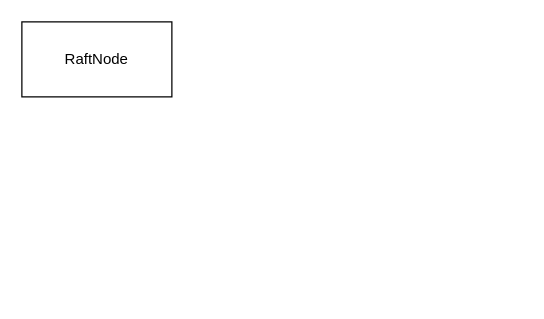
Earlier version of the draw.io diagram Untitled Diagram.drawio (LxkdGithub/draw.io). Source tidied: cells renumbered, new cells numbered last; positions are measured from the earlier drawing's top-left corner, leaving out a move shared by most shapes. Both pictures are drawn from the tidied source at 125%, with x=0, y=0 at pixel (21, 21).
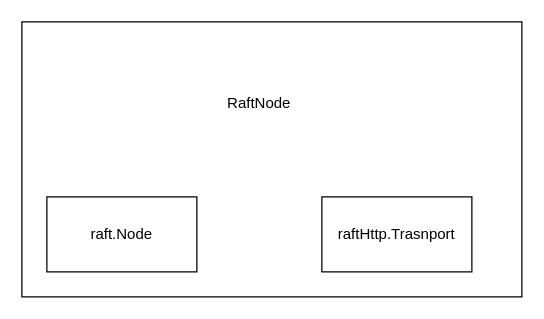
After the change.

Diff of the diagram source:
```diff
@@
 <mxGraphModel>
   <root>
     <mxCell id="0" />
     <mxCell id="1" parent="0" />
-    <mxCell id="2" value="RaftNode" style="rounded=0;whiteSpace=wrap;html=1;" parent="1" vertex="1">
-      <mxGeometry width="120" height="60" as="geometry" />
+    <mxCell id="2" value="&lt;div style=&quot;text-align: justify;&quot;&gt;&lt;br&gt;&lt;/div&gt;" style="rounded=0;whiteSpace=wrap;html=1;" parent="1" vertex="1">
+      <mxGeometry width="400" height="220" as="geometry" />
     </mxCell>
+    <mxCell id="3" value="raft.Node" style="rounded=0;whiteSpace=wrap;html=1;" parent="1" vertex="1">
+      <mxGeometry x="20" y="140" width="120" height="60" as="geometry" />
+    </mxCell>
+    <mxCell id="4" value="raftHttp.Trasnport" style="rounded=0;whiteSpace=wrap;html=1;" parent="1" vertex="1">
+      <mxGeometry x="240" y="140" width="120" height="60" as="geometry" />
+    </mxCell>
+    <mxCell id="5" value="RaftNode" style="text;html=1;strokeColor=none;fillColor=none;align=center;verticalAlign=middle;whiteSpace=wrap;rounded=0;" parent="1" vertex="1">
+      <mxGeometry x="160" y="50" width="60" height="30" as="geometry" />
+    </mxCell>
   </root>
 </mxGraphModel>
```
